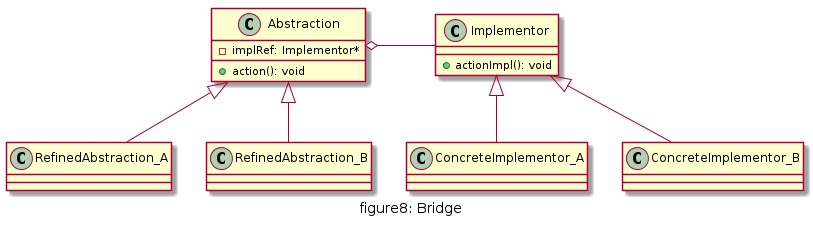
This is doc/img/figure8_bridge.png from daileyet/designpattern4cplusplus, a PlantUML export, as it was before one commit.
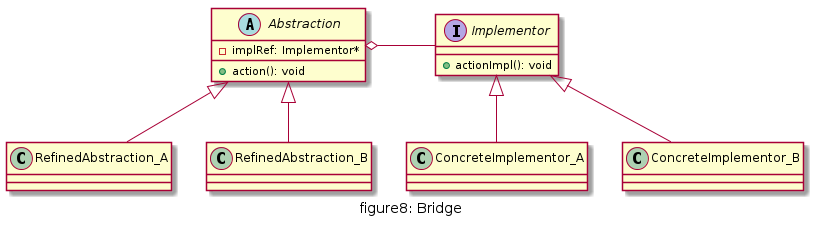
Later version of the same file.

The edit, as a diff of the source:
```diff
@@ -1,12 +1,12 @@
-@startuml
+@startuml   "figure8_bridge"
 caption figure8: Bridge
 
-class Abstraction{
+abstract class Abstraction{
     + action(): void
     - implRef: Implementor*
 }
 
-class Implementor{
+interface Implementor{
     + actionImpl(): void
 }
 
@@ -23,4 +23,5 @@
 
 Implementor <|-- ConcreteImplementor_A
 Implementor <|-- ConcreteImplementor_B
+
 @enduml
```
